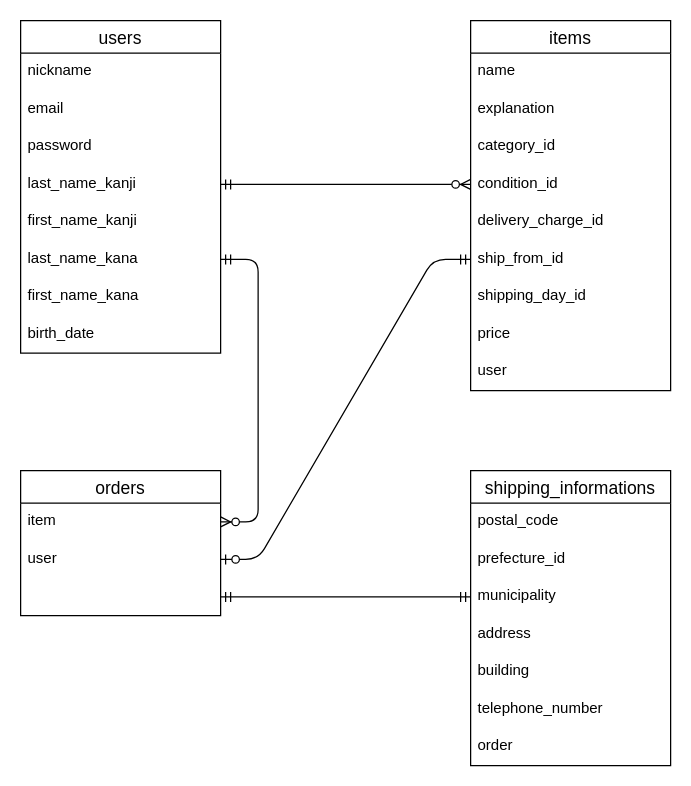
This is furima.dio from yun814/furima-37940, a draw.io file, before an edit. Source tidied: cells renumbered, new cells numbered last; positions are measured from the earlier drawing's top-left corner, leaving out a move shared by most shapes. Both pictures are drawn from the tidied source at 125%, with x=0, y=0 at pixel (20, 20).
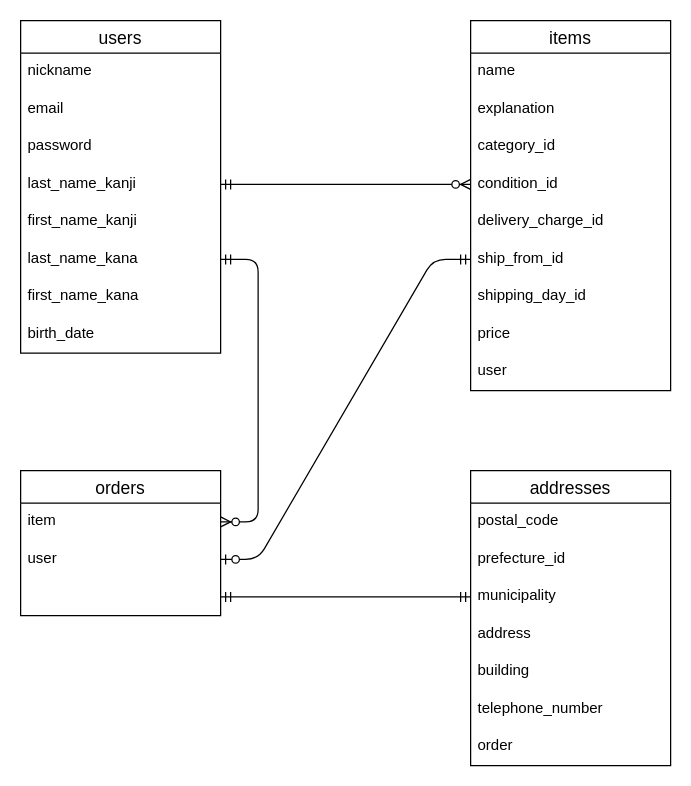
The same page after the edit.

What changed in the source:
```diff
@@
-    <mxCell id="25" value="shipping_informations" style="swimlane;fontStyle=0;horizontal=1;startSize=26;align=center;fontSize=14;" parent="1" vertex="1">
+    <mxCell id="25" value="addresses" style="swimlane;fontStyle=0;horizontal=1;startSize=26;align=center;fontSize=14;" parent="1" vertex="1">
       <mxGeometry x="360" y="360" width="160" height="236" as="geometry" />
     </mxCell>
```
